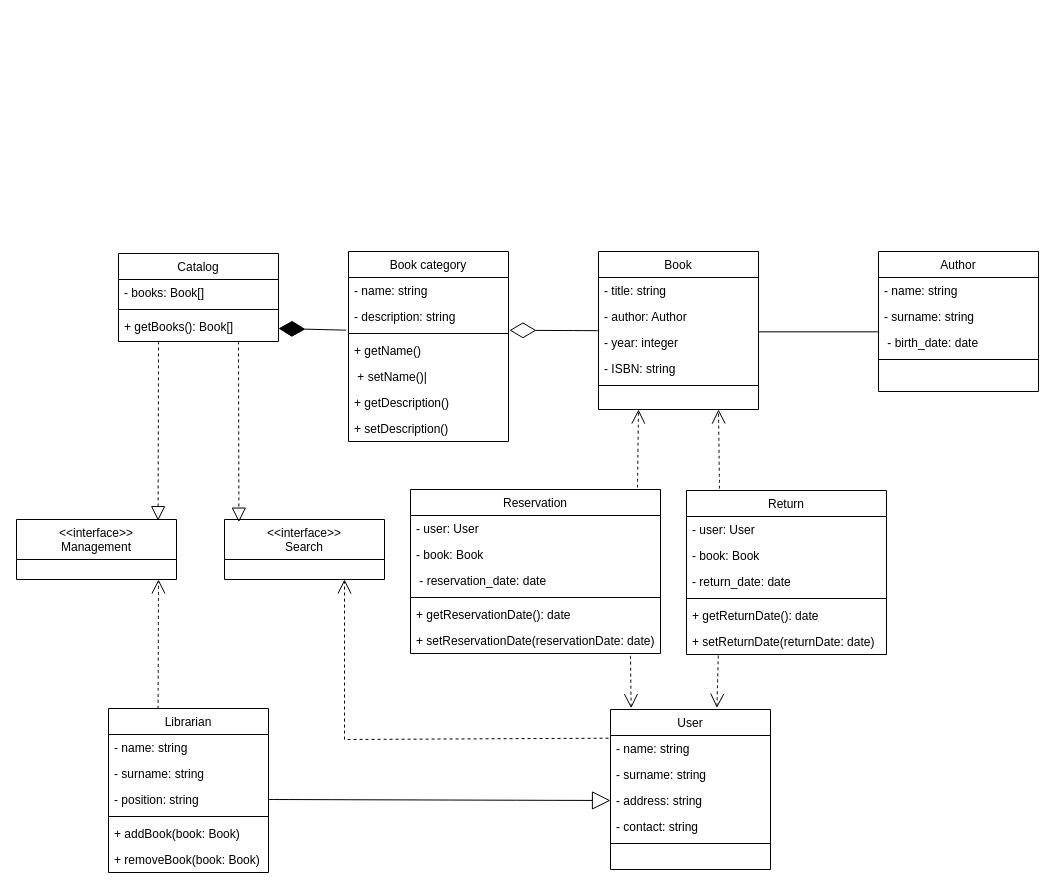
Before: ConsoleApplication3/Діаграма без назви.drawio in DmytroBabiak2004/lab3_4.m, a draw.io diagram. Source tidied: cells renumbered, new cells numbered last; positions are measured from the earlier drawing's top-left corner, leaving out a move shared by most shapes. Both pictures are drawn from the tidied source at 100%, with x=0, y=0 at pixel (16, 251).
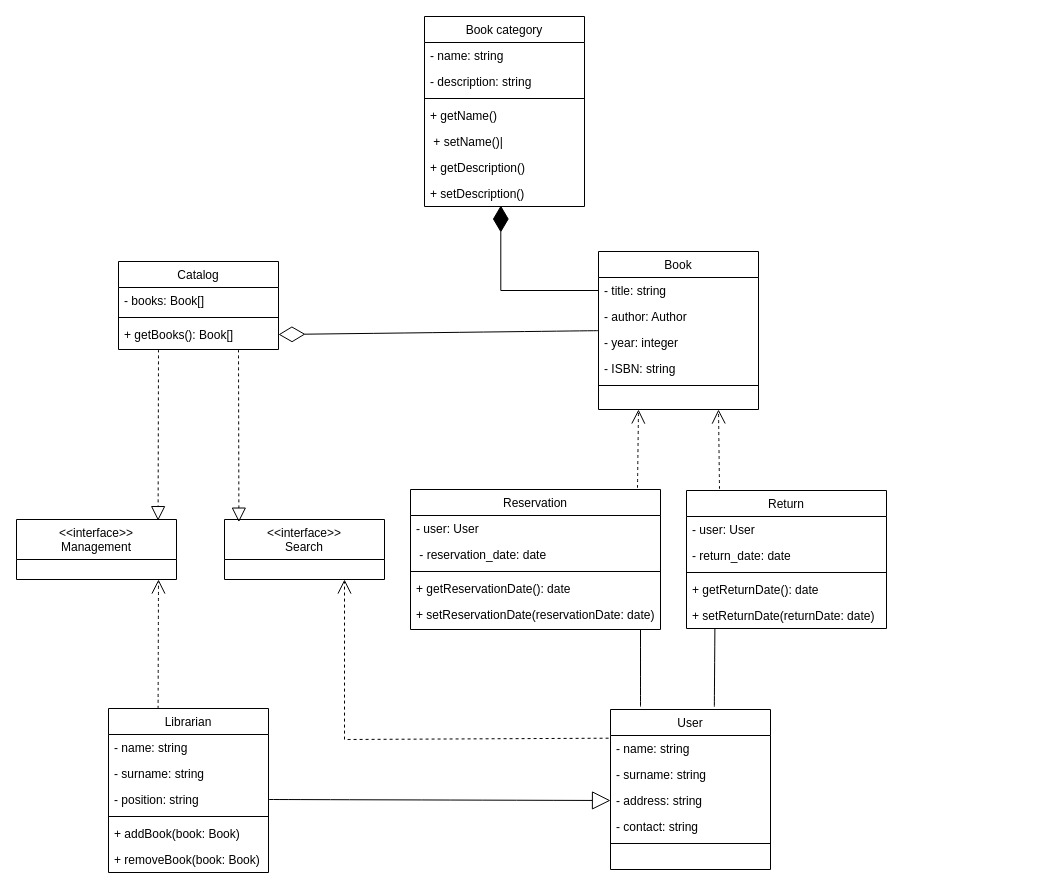
The same diagram, later.

The change refers to these unchanged cells:
```xml
<mxCell id="5" value="+ getBooks(): Book[] " style="text;align=left;verticalAlign=top;spacingLeft=4;spacingRight=4;overflow=hidden;points=[[0,0.5],[1,0.5]];portConstraint=eastwest;" parent="2" vertex="1">
  <mxGeometry y="60" width="160" height="26" as="geometry" />
</mxCell>
<mxCell id="6" value="User           " style="swimlane;fontStyle=0;align=center;verticalAlign=top;horizontal=1;startSize=26;rounded=0;shadow=0;strokeWidth=1;" parent="1" vertex="1">
  <mxGeometry x="594" y="458" width="160" height="160" as="geometry" />
</mxCell>
<mxCell id="36" value="- title: string " style="text;align=left;verticalAlign=top;spacingLeft=4;spacingRight=4;overflow=hidden;points=[[0,0.5],[1,0.5]];portConstraint=eastwest;" parent="35" vertex="1">
  <mxGeometry y="26" width="160" height="26" as="geometry" />
</mxCell>
<mxCell id="38" value="- year: integer" style="text;align=left;verticalAlign=top;spacingLeft=4;spacingRight=4;overflow=hidden;points=[[0,0.5],[1,0.5]];portConstraint=eastwest;rounded=0;shadow=0;html=0;" parent="35" vertex="1">
  <mxGeometry y="78" width="160" height="26" as="geometry" />
</mxCell>
<mxCell id="52" value="- description: string" style="text;align=left;verticalAlign=top;spacingLeft=4;spacingRight=4;overflow=hidden;points=[[0,0.5],[1,0.5]];portConstraint=eastwest;" parent="50" vertex="1">
  <mxGeometry y="52" width="160" height="26" as="geometry" />
</mxCell>
<mxCell id="53" style="line;html=1;strokeWidth=1;align=left;verticalAlign=middle;spacingTop=-1;spacingLeft=3;spacingRight=3;labelPosition=right;points=[];portConstraint=eastwest;" parent="50" vertex="1">
  <mxGeometry y="78" width="160" height="8" as="geometry" />
</mxCell>
<mxCell id="57" value="+ setDescription()" style="text;align=left;verticalAlign=top;spacingLeft=4;spacingRight=4;overflow=hidden;points=[[0,0.5],[1,0.5]];portConstraint=eastwest;" parent="50" vertex="1">
  <mxGeometry y="164" width="160" height="26" as="geometry" />
</mxCell>
```

The edit, as a diff of the source:
```diff
@@
     <mxCell id="2" value="Catalog       " style="swimlane;fontStyle=0;align=center;verticalAlign=top;horizontal=1;startSize=26;rounded=0;shadow=0;strokeWidth=1;" parent="1" vertex="1">
-      <mxGeometry x="102" y="2" width="160" height="88" as="geometry" />
+      <mxGeometry x="102" y="10" width="160" height="88" as="geometry" />
     </mxCell>
@@
     <mxCell id="12" value="Reservation    " style="swimlane;fontStyle=0;align=center;verticalAlign=top;horizontal=1;startSize=26;rounded=0;shadow=0;strokeWidth=1;" parent="1" vertex="1">
-      <mxGeometry x="394" y="238" width="250" height="164" as="geometry" />
+      <mxGeometry x="394" y="238" width="250" height="140" as="geometry" />
     </mxCell>
@@
-    <mxCell id="14" value="- book: Book " style="text;align=left;verticalAlign=top;spacingLeft=4;spacingRight=4;overflow=hidden;rounded=0;shadow=0;html=0;" parent="12" vertex="1">
-      <mxGeometry y="52" width="250" height="26" as="geometry" />
-    </mxCell>
     <mxCell id="15" value=" - reservation_date: date" style="text;align=left;verticalAlign=top;spacingLeft=4;spacingRight=4;overflow=hidden;rounded=0;shadow=0;html=0;" parent="12" vertex="1">
-      <mxGeometry y="78" width="250" height="26" as="geometry" />
+      <mxGeometry y="52" width="250" height="26" as="geometry" />
     </mxCell>
     <mxCell id="16" style="line;html=1;strokeWidth=1;align=left;verticalAlign=middle;spacingTop=-1;spacingLeft=3;spacingRight=3;labelPosition=right;" parent="12" vertex="1">
-      <mxGeometry y="104" width="250" height="8" as="geometry" />
+      <mxGeometry y="78" width="250" height="8" as="geometry" />
     </mxCell>
     <mxCell id="17" value="+ getReservationDate(): date " style="text;align=left;verticalAlign=top;spacingLeft=4;spacingRight=4;overflow=hidden;rounded=0;shadow=0;html=0;" parent="12" vertex="1">
-      <mxGeometry y="112" width="250" height="26" as="geometry" />
+      <mxGeometry y="86" width="250" height="26" as="geometry" />
     </mxCell>
     <mxCell id="18" value="+ setReservationDate(reservationDate: date)" style="text;align=left;verticalAlign=top;spacingLeft=4;spacingRight=4;overflow=hidden;points=[[0,0.5],[1,0.5]];portConstraint=eastwest;rounded=0;shadow=0;html=0;" parent="12" vertex="1">
-      <mxGeometry y="138" width="250" height="26" as="geometry" />
+      <mxGeometry y="112" width="250" height="26" as="geometry" />
     </mxCell>
@@
     <mxCell id="27" value="Return         " style="swimlane;fontStyle=0;align=center;verticalAlign=top;horizontal=1;startSize=26;rounded=0;shadow=0;strokeWidth=1;" parent="1" vertex="1">
-      <mxGeometry x="670" y="239" width="200" height="164" as="geometry" />
+      <mxGeometry x="670" y="239" width="200" height="138" as="geometry" />
     </mxCell>
@@
-    <mxCell id="29" value="- book: Book" style="text;align=left;verticalAlign=top;spacingLeft=4;spacingRight=4;overflow=hidden;rounded=0;shadow=0;html=0;" parent="27" vertex="1">
-      <mxGeometry y="52" width="200" height="26" as="geometry" />
-    </mxCell>
     <mxCell id="30" value="- return_date: date" style="text;align=left;verticalAlign=top;spacingLeft=4;spacingRight=4;overflow=hidden;rounded=0;shadow=0;html=0;" parent="27" vertex="1">
-      <mxGeometry y="78" width="200" height="26" as="geometry" />
+      <mxGeometry y="52" width="200" height="26" as="geometry" />
     </mxCell>
     <mxCell id="31" style="line;html=1;strokeWidth=1;align=left;verticalAlign=middle;spacingTop=-1;spacingLeft=3;spacingRight=3;labelPosition=right;" parent="27" vertex="1">
-      <mxGeometry y="104" width="200" height="8" as="geometry" />
+      <mxGeometry y="78" width="200" height="8" as="geometry" />
     </mxCell>
     <mxCell id="32" value="+ getReturnDate(): date" style="text;align=left;verticalAlign=top;spacingLeft=4;spacingRight=4;overflow=hidden;rounded=0;shadow=0;html=0;" parent="27" vertex="1">
-      <mxGeometry y="112" width="200" height="26" as="geometry" />
+      <mxGeometry y="86" width="200" height="26" as="geometry" />
     </mxCell>
     <mxCell id="33" value="+ setReturnDate(returnDate: date)" style="text;align=left;verticalAlign=top;spacingLeft=4;spacingRight=4;overflow=hidden;points=[[0,0.5],[1,0.5]];portConstraint=eastwest;rounded=0;shadow=0;html=0;" parent="27" vertex="1">
-      <mxGeometry y="138" width="200" height="26" as="geometry" />
+      <mxGeometry y="112" width="200" height="26" as="geometry" />
     </mxCell>
@@
-    <mxCell id="41" value="Author       " style="swimlane;fontStyle=0;align=center;verticalAlign=top;horizontal=1;startSize=26;rounded=0;shadow=0;strokeWidth=1;" parent="1" vertex="1">
-      <mxGeometry x="862" width="160" height="140" as="geometry" />
-    </mxCell>
-    <mxCell id="42" value="- name: string" style="text;align=left;verticalAlign=top;spacingLeft=4;spacingRight=4;overflow=hidden;" parent="41" vertex="1">
-      <mxGeometry y="26" width="160" height="26" as="geometry" />
-    </mxCell>
-    <mxCell id="43" value="- surname: string" style="text;align=left;verticalAlign=top;spacingLeft=4;spacingRight=4;overflow=hidden;rounded=0;shadow=0;html=0;" parent="41" vertex="1">
-      <mxGeometry y="52" width="160" height="26" as="geometry" />
-    </mxCell>
-    <mxCell id="44" value=" - birth_date: date" style="text;align=left;verticalAlign=top;spacingLeft=4;spacingRight=4;overflow=hidden;points=[[0,0.5],[1,0.5]];portConstraint=eastwest;rounded=0;shadow=0;html=0;" parent="41" vertex="1">
-      <mxGeometry y="78" width="160" height="26" as="geometry" />
-    </mxCell>
-    <mxCell id="45" style="line;html=1;strokeWidth=1;align=left;verticalAlign=middle;spacingTop=-1;spacingLeft=3;spacingRight=3;labelPosition=right;" parent="41" vertex="1">
-      <mxGeometry y="104" width="160" height="8" as="geometry" />
-    </mxCell>
-    <mxCell id="46" style="endArrow=none;html=1;rounded=0;exitX=0.996;exitY=0.09;exitDx=0;exitDy=0;entryX=-0.004;entryY=0.09;entryDx=0;entryDy=0;exitPerimeter=0;entryPerimeter=0;" parent="1" edge="1" source="38" target="44">
-      <mxGeometry relative="1" as="geometry" />
-    </mxCell>
-    <mxCell id="47" style="endArrow=diamondThin;endFill=0;endSize=24;html=1;rounded=0;fontSize=12;curved=1;exitX=-0.004;exitY=0.045;exitDx=0;exitDy=0;exitPerimeter=0;entryX=1.006;entryY=0.098;entryDx=0;entryDy=0;entryPerimeter=0;" parent="1" edge="1" source="38" target="53">
+    <mxCell id="47" style="endArrow=diamondThin;endFill=0;endSize=24;html=1;rounded=0;fontSize=12;curved=1;exitX=-0.004;exitY=0.045;exitDx=0;exitDy=0;exitPerimeter=0;entryX=1;entryY=0.5;entryDx=0;entryDy=0;" parent="1" edge="1" source="38" target="5">
       <mxGeometry relative="1" as="geometry" />
     </mxCell>
@@
     <mxCell id="50" value="Book category" style="swimlane;fontStyle=0;align=center;verticalAlign=top;horizontal=1;startSize=26;rounded=0;shadow=0;strokeWidth=1;" parent="1" vertex="1">
-      <mxGeometry x="332" width="160" height="190" as="geometry" />
+      <mxGeometry x="408" y="-235" width="160" height="190" as="geometry" />
     </mxCell>
@@
-    <mxCell id="58" style="endArrow=diamondThin;endFill=1;endSize=24;html=1;rounded=0;fontSize=12;curved=1;exitX=-0.015;exitY=1.026;exitDx=0;exitDy=0;exitPerimeter=0;" parent="1" edge="1" source="52" target="5">
+    <mxCell id="58" style="endArrow=diamondThin;endFill=1;endSize=24;html=1;rounded=0;fontSize=12;entryX=0.477;entryY=0.963;entryDx=0;entryDy=0;entryPerimeter=0;exitX=0;exitY=0.5;exitDx=0;exitDy=0;edgeStyle=orthogonalEdgeStyle;" parent="1" edge="1" source="36" target="57">
       <mxGeometry relative="1" as="geometry" />
     </mxCell>
@@
-    <mxCell id="61" style="endArrow=open;endSize=12;dashed=1;html=1;rounded=0;fontSize=12;curved=1;exitX=0.88;exitY=1.089;exitDx=0;exitDy=0;exitPerimeter=0;entryX=0.129;entryY=-0.008;entryDx=0;entryDy=0;entryPerimeter=0;" parent="1" edge="1" source="18" target="6">
-      <mxGeometry x="-0.04" y="49" relative="1" as="geometry" />
-    </mxCell>
-    <mxCell id="62" style="endArrow=open;endSize=12;dashed=1;html=1;rounded=0;fontSize=12;curved=1;exitX=0.159;exitY=1.036;exitDx=0;exitDy=0;exitPerimeter=0;entryX=0.665;entryY=-0.01;entryDx=0;entryDy=0;entryPerimeter=0;" parent="1" edge="1" source="33" target="6">
-      <mxGeometry x="-0.04" y="49" relative="1" as="geometry" />
-    </mxCell>
@@
+    <mxCell id="66" style="endArrow=none;html=1;rounded=0;fontSize=12;startSize=8;endSize=8;curved=1;entryX=0.92;entryY=1.062;entryDx=0;entryDy=0;entryPerimeter=0;" parent="1" edge="1" target="18">
+      <mxGeometry relative="1" as="geometry">
+        <mxPoint x="624" y="455" as="sourcePoint" />
+      </mxGeometry>
+    </mxCell>
+    <mxCell id="67" style="endArrow=none;html=1;rounded=0;fontSize=12;startSize=8;endSize=8;curved=1;entryX=0.142;entryY=1;entryDx=0;entryDy=0;entryPerimeter=0;exitX=0.649;exitY=-0.018;exitDx=0;exitDy=0;exitPerimeter=0;" parent="1" edge="1" source="6" target="33">
+      <mxGeometry relative="1" as="geometry" />
+    </mxCell>
```
